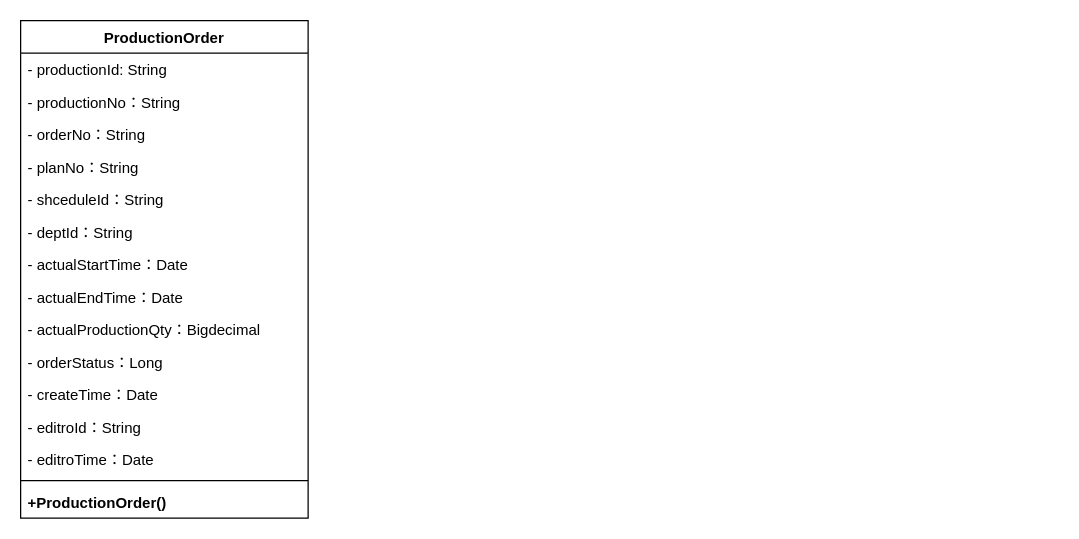
Earlier version of the draw.io diagram 类图.drawio (KNAI-I/test). Source tidied: cells renumbered, new cells numbered last; positions are measured from the earlier drawing's top-left corner, leaving out a move shared by most shapes. Both pictures are drawn from the tidied source at 125%, with x=0, y=0 at pixel (20, 20).
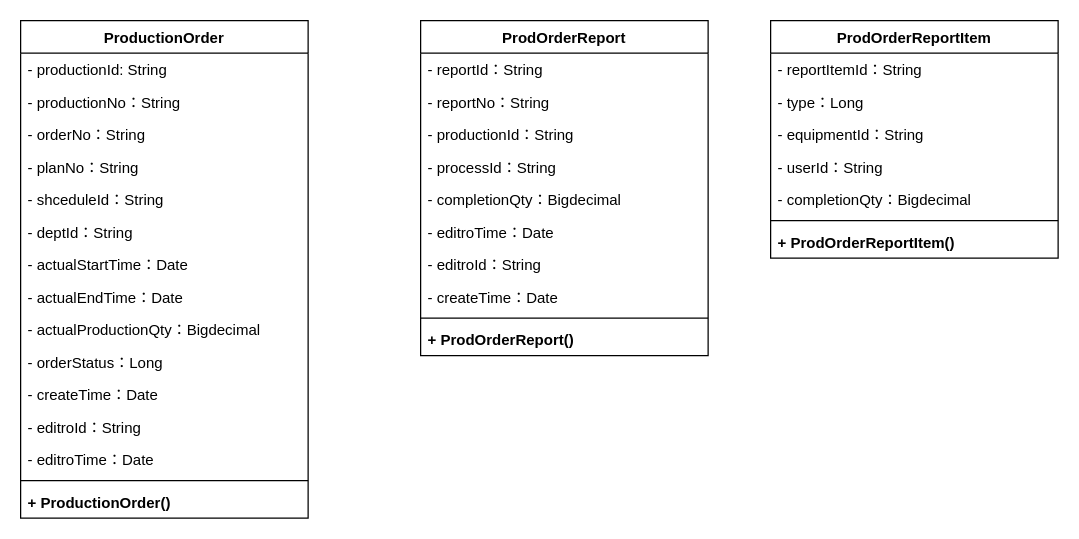
The same page after the edit.

The change refers to these unchanged cells:
```xml
<mxCell id="2" value="ProductionOrder" style="swimlane;fontStyle=1;align=center;verticalAlign=top;horizontal=1;startSize=26;" parent="1" vertex="1">
  <mxGeometry width="230" height="398" as="geometry" />
</mxCell>
```

The edit, as a diff of the source:
```diff
@@
-    <mxCell id="17" value="+ProductionOrder()" style="text;strokeColor=none;fillColor=none;align=left;verticalAlign=top;spacingLeft=4;spacingRight=4;overflow=hidden;fontStyle=1;" parent="2" vertex="1">
+    <mxCell id="17" value="+ ProductionOrder()" style="text;strokeColor=none;fillColor=none;align=left;verticalAlign=top;spacingLeft=4;spacingRight=4;overflow=hidden;fontStyle=1;" parent="2" vertex="1">
       <mxGeometry y="372" width="230" height="26" as="geometry" />
     </mxCell>
+    <mxCell id="18" value="ProdOrderReport" style="swimlane;fontStyle=1;align=center;verticalAlign=top;horizontal=1;startSize=26;" parent="1" vertex="1">
+      <mxGeometry x="320" width="230" height="268" as="geometry" />
+    </mxCell>
+    <mxCell id="19" value="- reportId：String" style="text;strokeColor=none;fillColor=none;align=left;verticalAlign=top;spacingLeft=4;spacingRight=4;overflow=hidden;" parent="18" vertex="1">
+      <mxGeometry y="26" width="230" height="26" as="geometry" />
+    </mxCell>
+    <mxCell id="20" value="- reportNo：String" style="text;strokeColor=none;fillColor=none;align=left;verticalAlign=top;spacingLeft=4;spacingRight=4;overflow=hidden;" parent="18" vertex="1">
+      <mxGeometry y="52" width="230" height="26" as="geometry" />
+    </mxCell>
+    <mxCell id="21" value="- productionId：String" style="text;strokeColor=none;fillColor=none;align=left;verticalAlign=top;spacingLeft=4;spacingRight=4;overflow=hidden;" parent="18" vertex="1">
+      <mxGeometry y="78" width="230" height="26" as="geometry" />
+    </mxCell>
+    <mxCell id="22" value="- processId：String" style="text;strokeColor=none;fillColor=none;align=left;verticalAlign=top;spacingLeft=4;spacingRight=4;overflow=hidden;" parent="18" vertex="1">
+      <mxGeometry y="104" width="230" height="26" as="geometry" />
+    </mxCell>
+    <mxCell id="23" value="- completionQty：Bigdecimal" style="text;strokeColor=none;fillColor=none;align=left;verticalAlign=top;spacingLeft=4;spacingRight=4;overflow=hidden;" parent="18" vertex="1">
+      <mxGeometry y="130" width="230" height="26" as="geometry" />
+    </mxCell>
+    <mxCell id="24" value="- editroTime：Date" style="text;strokeColor=none;fillColor=none;align=left;verticalAlign=top;spacingLeft=4;spacingRight=4;overflow=hidden;" parent="18" vertex="1">
+      <mxGeometry y="156" width="230" height="26" as="geometry" />
+    </mxCell>
+    <mxCell id="25" value="- editroId：String" style="text;strokeColor=none;fillColor=none;align=left;verticalAlign=top;spacingLeft=4;spacingRight=4;overflow=hidden;" parent="18" vertex="1">
+      <mxGeometry y="182" width="230" height="26" as="geometry" />
+    </mxCell>
+    <mxCell id="26" value="- createTime：Date" style="text;strokeColor=none;fillColor=none;align=left;verticalAlign=top;spacingLeft=4;spacingRight=4;overflow=hidden;" parent="18" vertex="1">
+      <mxGeometry y="208" width="230" height="26" as="geometry" />
+    </mxCell>
+    <mxCell id="27" style="line;strokeWidth=1;fillColor=none;align=left;verticalAlign=middle;spacingTop=-1;spacingLeft=3;spacingRight=3;labelPosition=right;" parent="18" vertex="1">
+      <mxGeometry y="234" width="230" height="8" as="geometry" />
+    </mxCell>
+    <mxCell id="28" value="+ ProdOrderReport()" style="text;strokeColor=none;fillColor=none;align=left;verticalAlign=top;spacingLeft=4;spacingRight=4;overflow=hidden;fontStyle=1;" parent="18" vertex="1">
+      <mxGeometry y="242" width="230" height="26" as="geometry" />
+    </mxCell>
+    <mxCell id="29" value="ProdOrderReportItem" style="swimlane;fontStyle=1;align=center;verticalAlign=top;horizontal=1;startSize=26;" parent="1" vertex="1">
+      <mxGeometry x="600" width="230" height="190" as="geometry" />
+    </mxCell>
+    <mxCell id="30" value="- reportItemId：String" style="text;strokeColor=none;fillColor=none;align=left;verticalAlign=top;spacingLeft=4;spacingRight=4;overflow=hidden;" parent="29" vertex="1">
+      <mxGeometry y="26" width="230" height="26" as="geometry" />
+    </mxCell>
+    <mxCell id="31" value="- type：Long" style="text;strokeColor=none;fillColor=none;align=left;verticalAlign=top;spacingLeft=4;spacingRight=4;overflow=hidden;" parent="29" vertex="1">
+      <mxGeometry y="52" width="230" height="26" as="geometry" />
+    </mxCell>
+    <mxCell id="32" value="- equipmentId：String" style="text;strokeColor=none;fillColor=none;align=left;verticalAlign=top;spacingLeft=4;spacingRight=4;overflow=hidden;" parent="29" vertex="1">
+      <mxGeometry y="78" width="230" height="26" as="geometry" />
+    </mxCell>
+    <mxCell id="33" value="- userId：String" style="text;strokeColor=none;fillColor=none;align=left;verticalAlign=top;spacingLeft=4;spacingRight=4;overflow=hidden;" parent="29" vertex="1">
+      <mxGeometry y="104" width="230" height="26" as="geometry" />
+    </mxCell>
+    <mxCell id="34" value="- completionQty：Bigdecimal" style="text;strokeColor=none;fillColor=none;align=left;verticalAlign=top;spacingLeft=4;spacingRight=4;overflow=hidden;" parent="29" vertex="1">
+      <mxGeometry y="130" width="230" height="26" as="geometry" />
+    </mxCell>
+    <mxCell id="35" style="line;strokeWidth=1;fillColor=none;align=left;verticalAlign=middle;spacingTop=-1;spacingLeft=3;spacingRight=3;labelPosition=right;" parent="29" vertex="1">
+      <mxGeometry y="156" width="230" height="8" as="geometry" />
+    </mxCell>
+    <mxCell id="36" value="+ ProdOrderReportItem()" style="text;strokeColor=none;fillColor=none;align=left;verticalAlign=top;spacingLeft=4;spacingRight=4;overflow=hidden;fontStyle=1;" parent="29" vertex="1">
+      <mxGeometry y="164" width="230" height="26" as="geometry" />
+    </mxCell>
```
